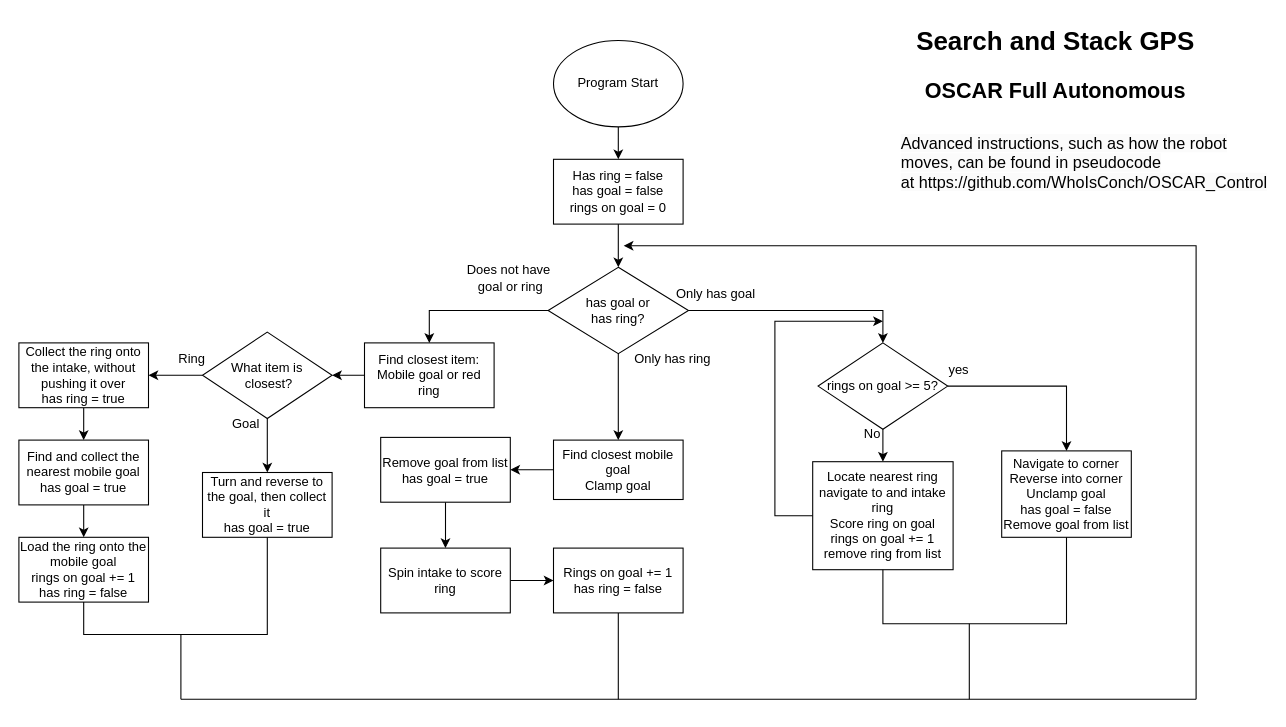
CCTI-Robotics/OSCAR_Control keeps this draw.io diagram as robot-algorithm.drawio. Above is the earlier version. Source tidied: cells renumbered, new cells numbered last; positions are measured from the earlier drawing's top-left corner, leaving out a move shared by most shapes. Both pictures are drawn from the tidied source at 108%, with x=0, y=0 at pixel (18, 18).
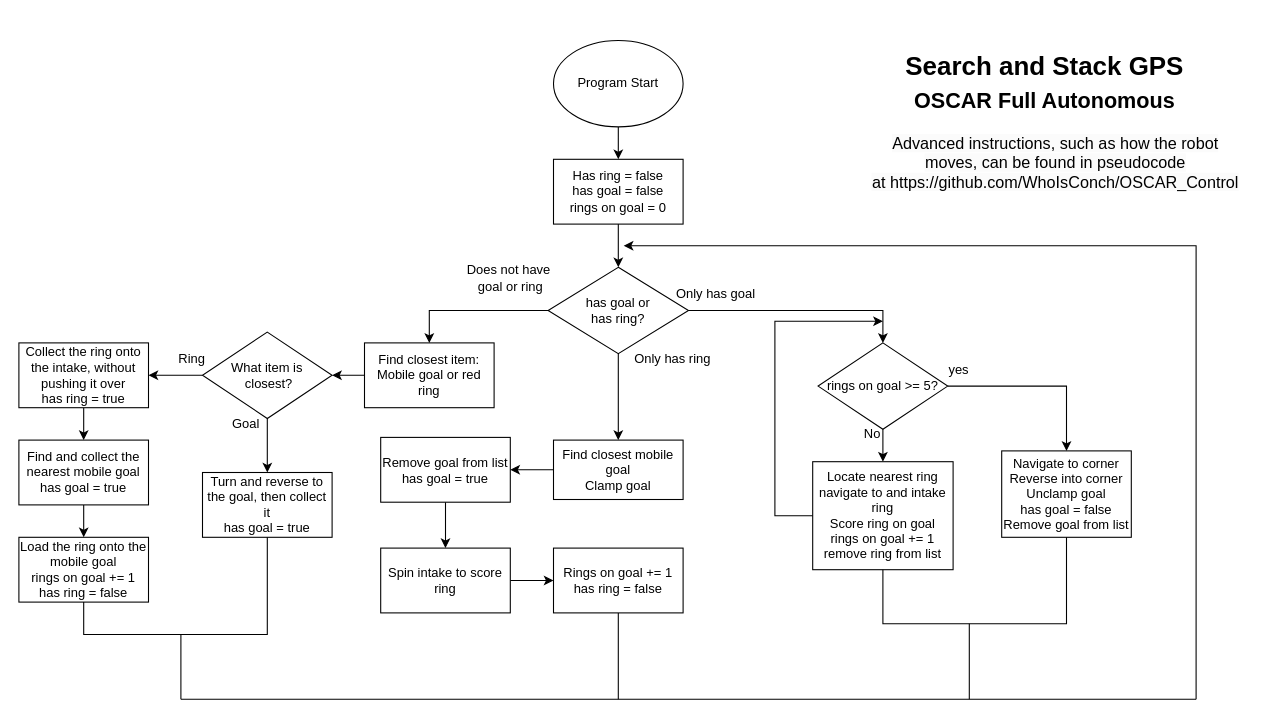
Above is the later version.

Change to the diagram source:
```diff
@@
-    <mxCell id="48" value="&lt;h1 style=&quot;margin-top: 0px;&quot;&gt;Search and Stack GPS&lt;/h1&gt;&lt;h1 style=&quot;margin-top: 0px;&quot;&gt;&lt;font style=&quot;font-size: 20px;&quot;&gt;OSCAR Full Autonomous&lt;/font&gt;&lt;/h1&gt;" style="text;html=1;whiteSpace=wrap;overflow=hidden;rounded=0;spacing=2;align=center;" parent="1" vertex="1">
-      <mxGeometry x="810" width="300" height="90" as="geometry" />
+    <mxCell id="48" value="&lt;h1 style=&quot;margin-top: 0px; line-height: 60%;&quot;&gt;&lt;br&gt;&lt;/h1&gt;&lt;h1 style=&quot;margin-top: 0px; line-height: 60%;&quot;&gt;Search and Stack GPS&lt;/h1&gt;&lt;h1 style=&quot;margin-top: 0px; line-height: 60%;&quot;&gt;&lt;font style=&quot;font-size: 20px; line-height: 60%;&quot;&gt;OSCAR Full Autonomous&lt;/font&gt;&lt;/h1&gt;" style="text;html=1;whiteSpace=wrap;overflow=hidden;rounded=0;spacing=2;align=center;" parent="1" vertex="1">
+      <mxGeometry x="800" width="300" height="90" as="geometry" />
     </mxCell>
-    <mxCell id="49" value="&lt;span style=&quot;color: rgb(0, 0, 0); font-family: Helvetica; font-style: normal; font-variant-ligatures: normal; font-variant-caps: normal; font-weight: 400; letter-spacing: normal; orphans: 2; text-align: left; text-indent: 0px; text-transform: none; widows: 2; word-spacing: 0px; -webkit-text-stroke-width: 0px; white-space: normal; background-color: rgb(251, 251, 251); text-decoration-thickness: initial; text-decoration-style: initial; text-decoration-color: initial; float: none; display: inline !important;&quot;&gt;Advanced instructions, such as how the robot moves, can be found in pseudocode at&amp;nbsp;https://github.com/WhoIsConch/OSCAR_Control&lt;/span&gt;" style="text;whiteSpace=wrap;html=1;fontSize=15;" parent="1" vertex="1">
+    <mxCell id="49" value="&lt;span style=&quot;color: rgb(0, 0, 0); font-family: Helvetica; font-style: normal; font-variant-ligatures: normal; font-variant-caps: normal; font-weight: 400; letter-spacing: normal; text-indent: 0px; text-transform: none; word-spacing: 0px; -webkit-text-stroke-width: 0px; white-space: normal; background-color: rgb(251, 251, 251); text-decoration-thickness: initial; text-decoration-style: initial; text-decoration-color: initial; float: none; display: inline !important;&quot;&gt;Advanced instructions, such as how the robot moves, can be found in pseudocode at&amp;nbsp;https://github.com/WhoIsConch/OSCAR_Control&lt;/span&gt;" style="text;whiteSpace=wrap;html=1;fontSize=15;align=center;" parent="1" vertex="1">
       <mxGeometry x="815" y="100" width="290" height="50" as="geometry" />
     </mxCell>
```
